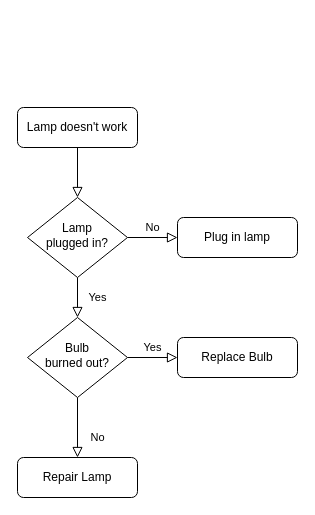
550953/shikinn.com keeps this draw.io diagram as Untitled Diagram.drawio. Above is the earlier version. Source tidied: cells renumbered, new cells numbered last; positions are measured from the earlier drawing's top-left corner, leaving out a move shared by most shapes. Both pictures are drawn from the tidied source at 100%, with x=0, y=0 at pixel (17, 107).
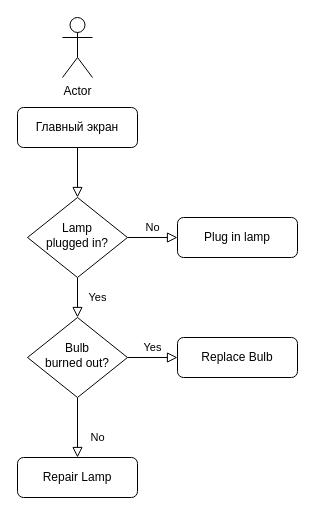
The same page after the edit.

Diff of the diagram source:
```diff
@@
 <mxGraphModel>
   <root>
     <mxCell id="0" />
     <mxCell id="1" parent="0" />
     <mxCell id="2" style="rounded=0;html=1;jettySize=auto;fontSize=11;endArrow=block;endFill=0;endSize=8;strokeWidth=1;shadow=0;labelBackgroundColor=none;edgeStyle=orthogonalEdgeStyle;" parent="1" edge="1" source="3" target="6">
       <mxGeometry relative="1" as="geometry" />
     </mxCell>
-    <mxCell id="3" value="Lamp doesn't work" style="rounded=1;whiteSpace=wrap;html=1;fontSize=12;glass=0;strokeWidth=1;shadow=0;" parent="1" vertex="1">
+    <mxCell id="3" value="Главный экран" style="rounded=1;whiteSpace=wrap;html=1;fontSize=12;glass=0;strokeWidth=1;shadow=0;" parent="1" vertex="1">
       <mxGeometry width="120" height="40" as="geometry" />
     </mxCell>
     <mxCell id="4" value="Yes" style="rounded=0;html=1;jettySize=auto;fontSize=11;endArrow=block;endFill=0;endSize=8;strokeWidth=1;shadow=0;labelBackgroundColor=none;edgeStyle=orthogonalEdgeStyle;" parent="1" edge="1" source="6" target="10">
       <mxGeometry y="20" relative="1" as="geometry" />
     </mxCell>
     <mxCell id="5" value="No" style="edgeStyle=orthogonalEdgeStyle;rounded=0;html=1;jettySize=auto;fontSize=11;endArrow=block;endFill=0;endSize=8;strokeWidth=1;shadow=0;labelBackgroundColor=none;" parent="1" edge="1" source="6" target="7">
       <mxGeometry y="10" relative="1" as="geometry" />
     </mxCell>
     <mxCell id="6" value="Lamp&lt;br&gt;plugged in?" style="rhombus;whiteSpace=wrap;html=1;shadow=0;fontFamily=Helvetica;fontSize=12;align=center;strokeWidth=1;spacing=6;spacingTop=-4;" parent="1" vertex="1">
       <mxGeometry x="10" y="90" width="100" height="80" as="geometry" />
     </mxCell>
     <mxCell id="7" value="Plug in lamp" style="rounded=1;whiteSpace=wrap;html=1;fontSize=12;glass=0;strokeWidth=1;shadow=0;" parent="1" vertex="1">
       <mxGeometry x="160" y="110" width="120" height="40" as="geometry" />
     </mxCell>
     <mxCell id="8" value="No" style="rounded=0;html=1;jettySize=auto;fontSize=11;endArrow=block;endFill=0;endSize=8;strokeWidth=1;shadow=0;labelBackgroundColor=none;edgeStyle=orthogonalEdgeStyle;" parent="1" edge="1" source="10" target="11">
       <mxGeometry x="0.33" y="20" relative="1" as="geometry" />
     </mxCell>
     <mxCell id="9" value="Yes" style="edgeStyle=orthogonalEdgeStyle;rounded=0;html=1;jettySize=auto;fontSize=11;endArrow=block;endFill=0;endSize=8;strokeWidth=1;shadow=0;labelBackgroundColor=none;" parent="1" edge="1" source="10" target="12">
       <mxGeometry y="10" relative="1" as="geometry" />
     </mxCell>
     <mxCell id="10" value="Bulb&lt;br&gt;burned out?" style="rhombus;whiteSpace=wrap;html=1;shadow=0;fontFamily=Helvetica;fontSize=12;align=center;strokeWidth=1;spacing=6;spacingTop=-4;" parent="1" vertex="1">
       <mxGeometry x="10" y="210" width="100" height="80" as="geometry" />
     </mxCell>
     <mxCell id="11" value="Repair Lamp" style="rounded=1;whiteSpace=wrap;html=1;fontSize=12;glass=0;strokeWidth=1;shadow=0;" parent="1" vertex="1">
       <mxGeometry y="350" width="120" height="40" as="geometry" />
     </mxCell>
     <mxCell id="12" value="Replace Bulb" style="rounded=1;whiteSpace=wrap;html=1;fontSize=12;glass=0;strokeWidth=1;shadow=0;" parent="1" vertex="1">
       <mxGeometry x="160" y="230" width="120" height="40" as="geometry" />
     </mxCell>
+    <mxCell id="13" value="Actor" style="shape=umlActor;verticalLabelPosition=bottom;verticalAlign=top;html=1;" parent="1" vertex="1">
+      <mxGeometry x="45" y="-90" width="30" height="60" as="geometry" />
+    </mxCell>
   </root>
 </mxGraphModel>
```
